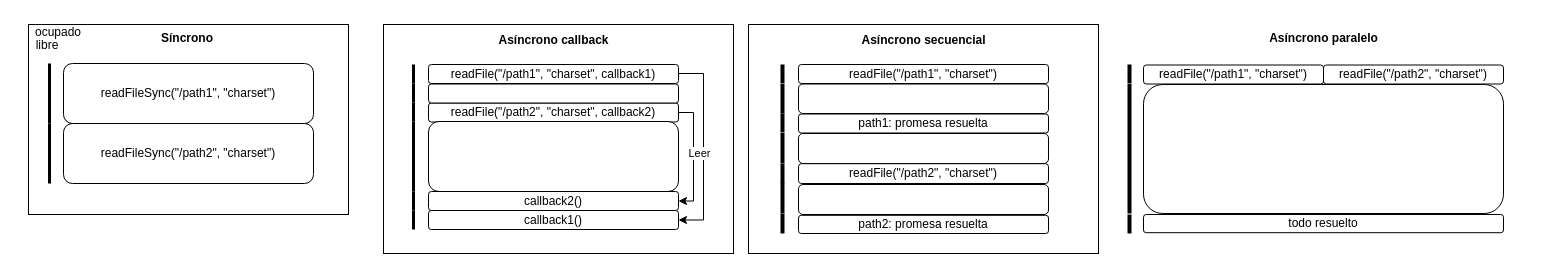
Before: images/Diagrama asincronía.drawio in bhf-instituto/Notas, a draw.io diagram. Source tidied: cells renumbered, new cells numbered last; positions are measured from the earlier drawing's top-left corner, leaving out a move shared by most shapes. Both pictures are drawn from the tidied source at 100%, with x=0, y=0 at pixel (17, 17).
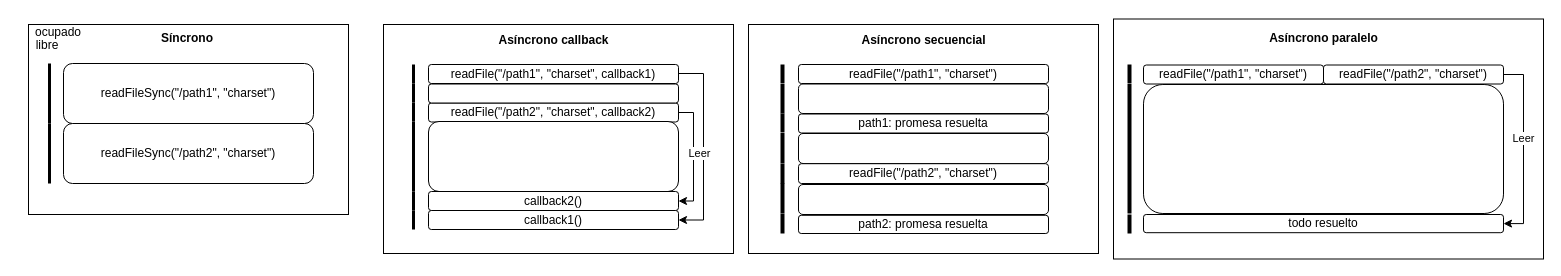
The same diagram, later.

The change refers to these unchanged cells:
```xml
<mxCell id="34" value="readFile(&quot;/path2&quot;, &quot;charset&quot;)" style="rounded=1;whiteSpace=wrap;html=1;fillColor=light-dark(#FFFFFF,#EC4A4D);fillStyle=solid;" parent="1" vertex="1">
  <mxGeometry x="1306" y="47.5" width="180" height="19" as="geometry" />
</mxCell>
<mxCell id="36" value="todo resuelto" style="rounded=1;whiteSpace=wrap;html=1;fillColor=light-dark(#FFFFFF,#EC4A4D);" parent="1" vertex="1">
  <mxGeometry x="1126" y="197" width="360" height="18.2" as="geometry" />
</mxCell>
```

Diff of the diagram source:
```diff
@@
+    <mxCell id="51" style="rounded=0;whiteSpace=wrap;html=1;" parent="1" vertex="1">
+      <mxGeometry x="1096" y="1.5" width="430" height="240" as="geometry" />
+    </mxCell>
@@
+    <mxCell id="52" style="edgeStyle=orthogonalEdgeStyle;rounded=0;jettySize=auto;html=1;entryX=1;entryY=0.5;entryDx=0;entryDy=0;" parent="1" edge="1" source="34" target="36">
+      <mxGeometry relative="1" as="geometry">
+        <Array as="points">
+          <mxPoint x="1506" y="57" />
+          <mxPoint x="1506" y="206" />
+        </Array>
+      </mxGeometry>
+    </mxCell>
@@
+    <mxCell id="53" value="Leer" style="edgeLabel;html=1;align=center;verticalAlign=middle;labelBackgroundColor=light-dark(#FFFFFF,#000000);" parent="1" vertex="1">
+      <mxGeometry x="1276" y="121.5" as="geometry">
+        <mxPoint x="229" y="-1" as="offset" />
+      </mxGeometry>
+    </mxCell>
```
